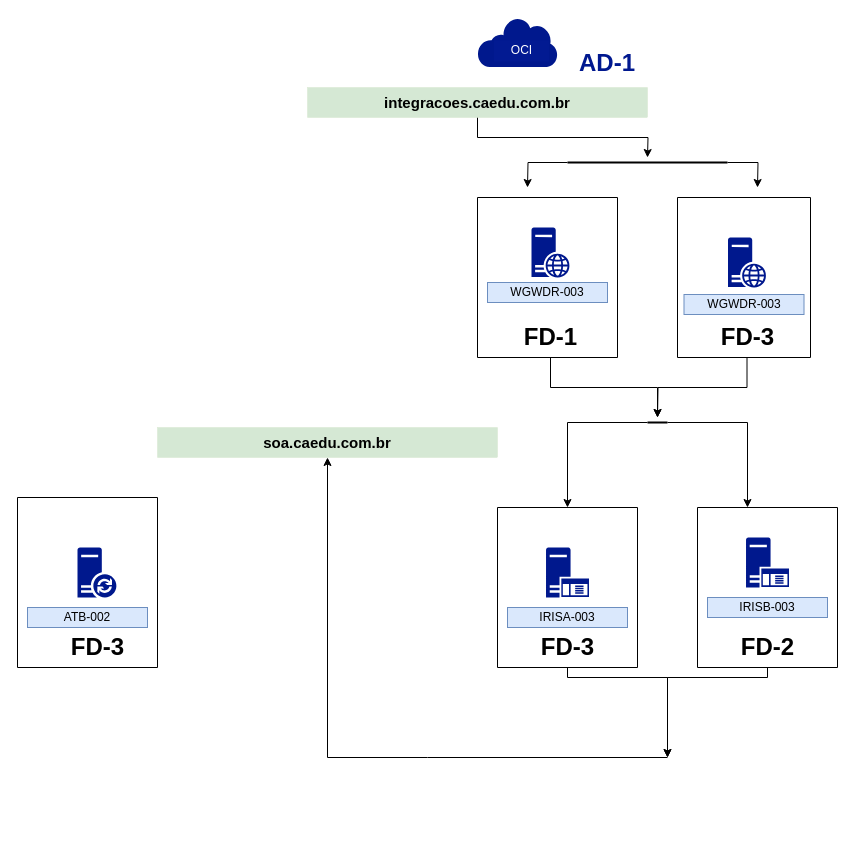
Earlier version of the draw.io diagram Diagrama sem nome.drawio (alexandre-vasconcelos/ubuntu). Source tidied: cells renumbered, new cells numbered last; positions are measured from the earlier drawing's top-left corner, leaving out a move shared by most shapes. Both pictures are drawn from the tidied source at 100%, with x=0, y=0 at pixel (17, 17).
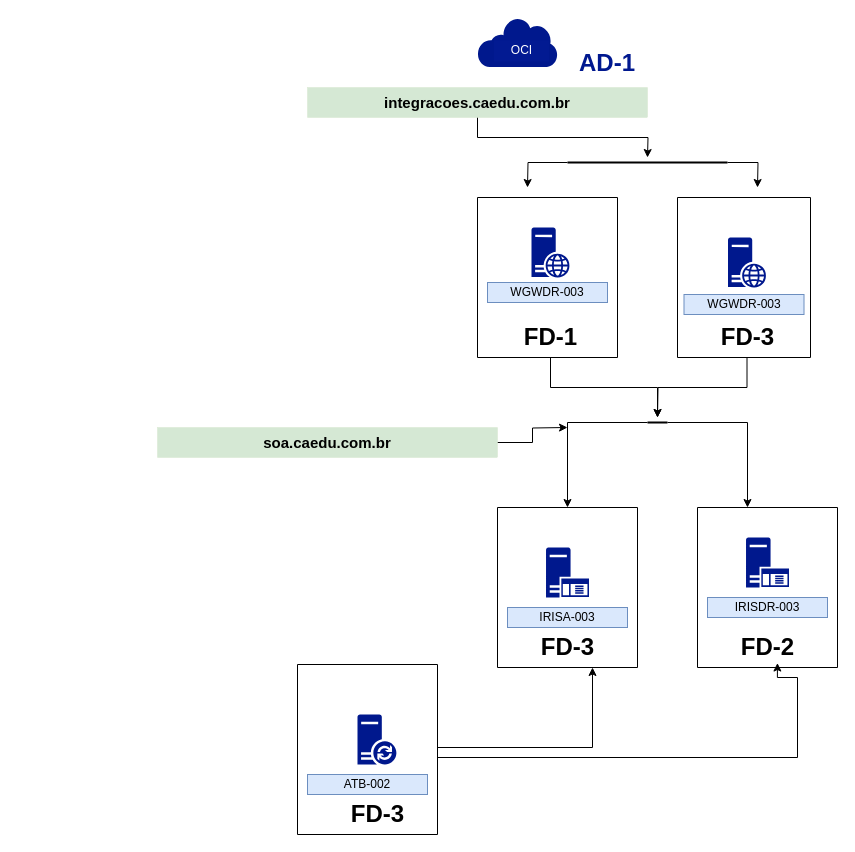
After the change.

The change refers to these unchanged cells:
```xml
<mxCell id="14" style="swimlane;startSize=0;" parent="1" vertex="1">
  <mxGeometry x="480" y="490" width="140" height="160" as="geometry" />
</mxCell>
<mxCell id="17" value="FD-3" style="text;strokeColor=none;fillColor=none;html=1;fontSize=24;fontStyle=1;verticalAlign=middle;align=center;" parent="14" vertex="1">
  <mxGeometry x="20" y="120" width="100" height="40" as="geometry" />
</mxCell>
<mxCell id="19" style="swimlane;startSize=0;" parent="1" vertex="1">
  <mxGeometry x="680" y="490" width="140" height="160" as="geometry" />
</mxCell>
<mxCell id="22" value="FD-2" style="text;strokeColor=none;fillColor=none;html=1;fontSize=24;fontStyle=1;verticalAlign=middle;align=center;" parent="19" vertex="1">
  <mxGeometry x="20" y="120" width="100" height="40" as="geometry" />
</mxCell>
<mxCell id="37" value="&lt;h1 style=&quot;font-size: 15px;&quot;&gt;soa.caedu.com.br&lt;/h1&gt;" style="text;html=1;align=center;verticalAlign=middle;whiteSpace=wrap;rounded=0;strokeWidth=0;fontSize=15;fillColor=#d5e8d4;strokeColor=#82b366;" parent="1" vertex="1">
  <mxGeometry x="140" y="410" width="340" height="30" as="geometry" />
</mxCell>
```

Change to the diagram source:
```diff
@@
-    <mxCell id="16" style="edgeStyle=orthogonalEdgeStyle;rounded=0;jettySize=auto;html=1;" parent="14" edge="1" source="17">
-      <mxGeometry relative="1" as="geometry">
-        <mxPoint x="170" y="250" as="targetPoint" />
-        <Array as="points">
-          <mxPoint x="70" y="170" />
-          <mxPoint x="170" y="170" />
-        </Array>
-      </mxGeometry>
-    </mxCell>
@@
-    <mxCell id="20" value="IRISB-003" style="text;html=1;align=center;verticalAlign=middle;whiteSpace=wrap;rounded=0;fillColor=#dae8fc;strokeColor=#6c8ebf;" parent="19" vertex="1">
+    <mxCell id="20" value="IRISDR-003" style="text;html=1;align=center;verticalAlign=middle;whiteSpace=wrap;rounded=0;fillColor=#dae8fc;strokeColor=#6c8ebf;" parent="19" vertex="1">
       <mxGeometry x="10" y="90" width="120" height="20" as="geometry" />
     </mxCell>
-    <mxCell id="21" style="edgeStyle=orthogonalEdgeStyle;rounded=0;jettySize=auto;html=1;" parent="19" edge="1" source="22">
-      <mxGeometry relative="1" as="geometry">
-        <mxPoint x="-30" y="250" as="targetPoint" />
-        <Array as="points">
-          <mxPoint x="70" y="170" />
-          <mxPoint x="-30" y="170" />
-        </Array>
-      </mxGeometry>
-    </mxCell>
@@
+    <mxCell id="39" style="edgeStyle=orthogonalEdgeStyle;rounded=0;jettySize=auto;html=1;entryX=0.75;entryY=1;entryDx=0;entryDy=0;" parent="1" edge="1" source="24" target="17">
+      <mxGeometry relative="1" as="geometry">
+        <Array as="points">
+          <mxPoint x="575" y="730" />
+        </Array>
+      </mxGeometry>
+    </mxCell>
     <mxCell id="24" style="swimlane;startSize=0;fillColor=default;" parent="1" vertex="1">
-      <mxGeometry y="480" width="140" height="170" as="geometry" />
+      <mxGeometry x="280" y="647" width="140" height="170" as="geometry" />
     </mxCell>
@@
+    <mxCell id="40" style="edgeStyle=orthogonalEdgeStyle;rounded=0;jettySize=auto;html=1;" parent="1" edge="1" source="37">
+      <mxGeometry relative="1" as="geometry">
+        <mxPoint x="550" y="410" as="targetPoint" />
+      </mxGeometry>
+    </mxCell>
@@
-    <mxCell id="38" style="edgeStyle=orthogonalEdgeStyle;rounded=0;jettySize=auto;html=1;" parent="1" edge="1" target="37">
-      <mxGeometry relative="1" as="geometry">
-        <mxPoint x="650" y="740" as="sourcePoint" />
-        <Array as="points">
-          <mxPoint x="410" y="740" />
-          <mxPoint x="310" y="740" />
-        </Array>
-      </mxGeometry>
-    </mxCell>
+    <mxCell id="41" style="line;strokeWidth=2;html=1;" parent="1" vertex="1">
+      <mxGeometry x="640" y="420" width="20" as="geometry" />
+    </mxCell>
+    <mxCell id="42" style="edgeStyle=orthogonalEdgeStyle;rounded=0;jettySize=auto;html=1;entryX=0.571;entryY=0.972;entryDx=0;entryDy=0;entryPerimeter=0;exitX=1;exitY=0.5;exitDx=0;exitDy=0;" parent="1" edge="1" source="24" target="19">
+      <mxGeometry relative="1" as="geometry">
+        <Array as="points">
+          <mxPoint x="420" y="740" />
+          <mxPoint x="780" y="740" />
+          <mxPoint x="780" y="660" />
+          <mxPoint x="760" y="660" />
+        </Array>
+      </mxGeometry>
+    </mxCell>
```
